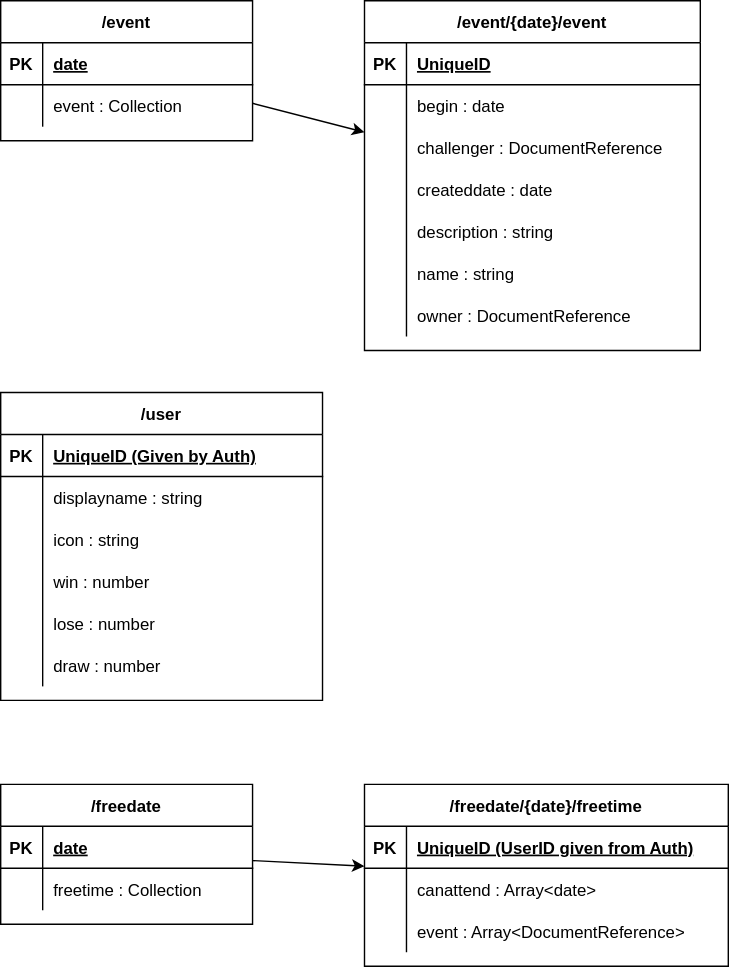
Earlier version of the draw.io export firestore/structure.svg (ApoApon/ApoApon). Source tidied: cells renumbered, new cells last; positions are measured from the earlier drawing's top-left corner, leaving out a move shared by most shapes.
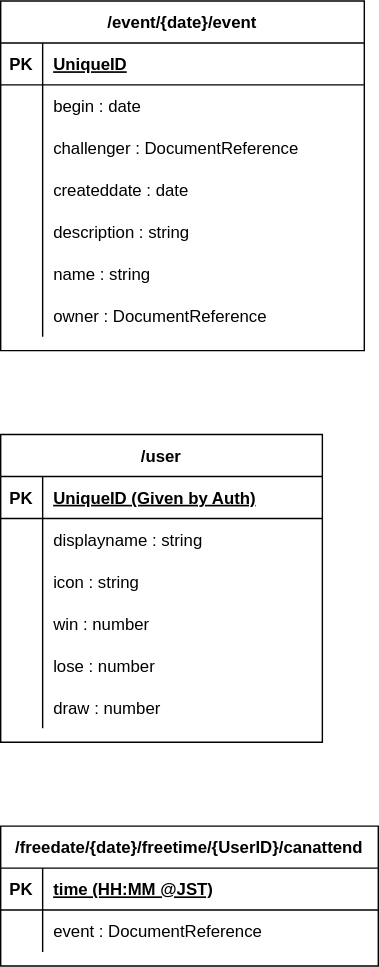
Later version of the same file.

Diff of the diagram source:
```diff
@@ -2,95 +2,71 @@
   <root>
     <mxCell id="0" />
     <mxCell id="1" parent="0" />
-    <mxCell id="2" style="edgeStyle=none;html=1;" parent="1" edge="1" source="3" target="10">
-      <mxGeometry relative="1" as="geometry" />
-    </mxCell>
-    <mxCell id="3" value="/event" style="shape=table;startSize=30;rowLines=0;fontStyle=1;align=center;" parent="1" vertex="1">
-      <mxGeometry width="180" height="100" as="geometry" />
-    </mxCell>
-    <mxCell id="4" style="shape=partialRectangle;fillColor=none;top=0;left=0;bottom=1;right=0;" parent="3" vertex="1">
-      <mxGeometry y="30" width="180" height="30" as="geometry" />
-    </mxCell>
-    <mxCell id="5" value="PK" style="shape=partialRectangle;fillColor=none;top=0;left=0;bottom=0;right=0;fontStyle=1;overflow=hidden;" parent="4" vertex="1">
-      <mxGeometry width="30" height="30" as="geometry" />
-    </mxCell>
-    <mxCell id="6" value="date" style="shape=partialRectangle;fillColor=none;top=0;left=0;bottom=0;right=0;align=left;spacingLeft=6;fontStyle=5;overflow=hidden;" parent="4" vertex="1">
-      <mxGeometry x="30" width="150" height="30" as="geometry" />
-    </mxCell>
-    <mxCell id="7" style="shape=partialRectangle;fillColor=none;top=0;left=0;bottom=0;right=0;" parent="3" vertex="1">
-      <mxGeometry y="60" width="180" height="30" as="geometry" />
-    </mxCell>
-    <mxCell id="8" style="shape=partialRectangle;fillColor=none;top=0;left=0;bottom=0;right=0;overflow=hidden;" parent="7" vertex="1">
-      <mxGeometry width="30" height="30" as="geometry" />
-    </mxCell>
-    <mxCell id="9" value="event : Collection" style="shape=partialRectangle;fillColor=none;top=0;left=0;bottom=0;right=0;align=left;spacingLeft=6;overflow=hidden;" parent="7" vertex="1">
-      <mxGeometry x="30" width="150" height="30" as="geometry" />
-    </mxCell>
     <mxCell id="10" value="/event/{date}/event" style="shape=table;startSize=30;rowLines=0;fontStyle=1;align=center;" parent="1" vertex="1">
-      <mxGeometry x="260" width="240" height="250" as="geometry" />
+      <mxGeometry y="-30" width="260" height="250" as="geometry" />
     </mxCell>
     <mxCell id="11" style="shape=partialRectangle;fillColor=none;top=0;left=0;bottom=1;right=0;" parent="10" vertex="1">
-      <mxGeometry y="30" width="240" height="30" as="geometry" />
+      <mxGeometry y="30" width="260" height="30" as="geometry" />
     </mxCell>
     <mxCell id="12" value="PK" style="shape=partialRectangle;fillColor=none;top=0;left=0;bottom=0;right=0;fontStyle=1;overflow=hidden;" parent="11" vertex="1">
       <mxGeometry width="30" height="30" as="geometry" />
     </mxCell>
     <mxCell id="13" value="UniqueID" style="shape=partialRectangle;fillColor=none;top=0;left=0;bottom=0;right=0;align=left;spacingLeft=6;fontStyle=5;overflow=hidden;" parent="11" vertex="1">
-      <mxGeometry x="30" width="210" height="30" as="geometry" />
+      <mxGeometry x="30" width="230" height="30" as="geometry" />
     </mxCell>
     <mxCell id="14" style="shape=partialRectangle;fillColor=none;top=0;left=0;bottom=0;right=0;" parent="10" vertex="1">
-      <mxGeometry y="60" width="240" height="30" as="geometry" />
+      <mxGeometry y="60" width="260" height="30" as="geometry" />
     </mxCell>
     <mxCell id="15" style="shape=partialRectangle;fillColor=none;top=0;left=0;bottom=0;right=0;overflow=hidden;" parent="14" vertex="1">
       <mxGeometry width="30" height="30" as="geometry" />
     </mxCell>
     <mxCell id="16" value="begin : date" style="shape=partialRectangle;fillColor=none;top=0;left=0;bottom=0;right=0;align=left;spacingLeft=6;overflow=hidden;" parent="14" vertex="1">
-      <mxGeometry x="30" width="210" height="30" as="geometry" />
+      <mxGeometry x="30" width="230" height="30" as="geometry" />
     </mxCell>
     <mxCell id="17" style="shape=partialRectangle;fillColor=none;top=0;left=0;bottom=0;right=0;" parent="10" vertex="1">
-      <mxGeometry y="90" width="240" height="30" as="geometry" />
+      <mxGeometry y="90" width="260" height="30" as="geometry" />
     </mxCell>
     <mxCell id="18" style="shape=partialRectangle;fillColor=none;top=0;left=0;bottom=0;right=0;overflow=hidden;" parent="17" vertex="1">
       <mxGeometry width="30" height="30" as="geometry" />
     </mxCell>
     <mxCell id="19" value="challenger : DocumentReference" style="shape=partialRectangle;fillColor=none;top=0;left=0;bottom=0;right=0;align=left;spacingLeft=6;overflow=hidden;" parent="17" vertex="1">
-      <mxGeometry x="30" width="210" height="30" as="geometry" />
+      <mxGeometry x="30" width="230" height="30" as="geometry" />
     </mxCell>
     <mxCell id="20" style="shape=partialRectangle;fillColor=none;top=0;left=0;bottom=0;right=0;" parent="10" vertex="1">
-      <mxGeometry y="120" width="240" height="30" as="geometry" />
+      <mxGeometry y="120" width="260" height="30" as="geometry" />
     </mxCell>
     <mxCell id="21" style="shape=partialRectangle;fillColor=none;top=0;left=0;bottom=0;right=0;overflow=hidden;" parent="20" vertex="1">
       <mxGeometry width="30" height="30" as="geometry" />
     </mxCell>
     <mxCell id="22" value="createddate : date" style="shape=partialRectangle;fillColor=none;top=0;left=0;bottom=0;right=0;align=left;spacingLeft=6;overflow=hidden;" parent="20" vertex="1">
-      <mxGeometry x="30" width="210" height="30" as="geometry" />
+      <mxGeometry x="30" width="230" height="30" as="geometry" />
     </mxCell>
     <mxCell id="23" style="shape=partialRectangle;fillColor=none;top=0;left=0;bottom=0;right=0;" parent="10" vertex="1">
-      <mxGeometry y="150" width="240" height="30" as="geometry" />
+      <mxGeometry y="150" width="260" height="30" as="geometry" />
     </mxCell>
     <mxCell id="24" style="shape=partialRectangle;fillColor=none;top=0;left=0;bottom=0;right=0;overflow=hidden;" parent="23" vertex="1">
       <mxGeometry width="30" height="30" as="geometry" />
     </mxCell>
     <mxCell id="25" value="description : string" style="shape=partialRectangle;fillColor=none;top=0;left=0;bottom=0;right=0;align=left;spacingLeft=6;overflow=hidden;" parent="23" vertex="1">
-      <mxGeometry x="30" width="210" height="30" as="geometry" />
+      <mxGeometry x="30" width="230" height="30" as="geometry" />
     </mxCell>
     <mxCell id="26" style="shape=partialRectangle;fillColor=none;top=0;left=0;bottom=0;right=0;" parent="10" vertex="1">
-      <mxGeometry y="180" width="240" height="30" as="geometry" />
+      <mxGeometry y="180" width="260" height="30" as="geometry" />
     </mxCell>
     <mxCell id="27" style="shape=partialRectangle;fillColor=none;top=0;left=0;bottom=0;right=0;overflow=hidden;" parent="26" vertex="1">
       <mxGeometry width="30" height="30" as="geometry" />
     </mxCell>
     <mxCell id="28" value="name : string" style="shape=partialRectangle;fillColor=none;top=0;left=0;bottom=0;right=0;align=left;spacingLeft=6;overflow=hidden;" parent="26" vertex="1">
-      <mxGeometry x="30" width="210" height="30" as="geometry" />
+      <mxGeometry x="30" width="230" height="30" as="geometry" />
     </mxCell>
     <mxCell id="29" style="shape=partialRectangle;fillColor=none;top=0;left=0;bottom=0;right=0;" parent="10" vertex="1">
-      <mxGeometry y="210" width="240" height="30" as="geometry" />
+      <mxGeometry y="210" width="260" height="30" as="geometry" />
     </mxCell>
     <mxCell id="30" style="shape=partialRectangle;fillColor=none;top=0;left=0;bottom=0;right=0;overflow=hidden;" parent="29" vertex="1">
       <mxGeometry width="30" height="30" as="geometry" />
     </mxCell>
     <mxCell id="31" value="owner : DocumentReference" style="shape=partialRectangle;fillColor=none;top=0;left=0;bottom=0;right=0;align=left;spacingLeft=6;overflow=hidden;" parent="29" vertex="1">
-      <mxGeometry x="30" width="210" height="30" as="geometry" />
+      <mxGeometry x="30" width="230" height="30" as="geometry" />
     </mxCell>
     <mxCell id="32" value="/user" style="shape=table;startSize=30;rowLines=0;fontStyle=1;align=center;" parent="1" vertex="1">
       <mxGeometry y="280" width="230" height="220" as="geometry" />
@@ -149,59 +125,26 @@
     <mxCell id="50" value="draw : number" style="shape=partialRectangle;fillColor=none;top=0;left=0;bottom=0;right=0;align=left;spacingLeft=6;overflow=hidden;" parent="48" vertex="1">
       <mxGeometry x="30" width="200" height="30" as="geometry" />
     </mxCell>
-    <mxCell id="51" style="edgeStyle=none;html=1;" parent="1" edge="1" source="52" target="59">
-      <mxGeometry relative="1" as="geometry" />
-    </mxCell>
-    <mxCell id="52" value="/freedate" style="shape=table;startSize=30;rowLines=0;fontStyle=1;align=center;" parent="1" vertex="1">
-      <mxGeometry y="560" width="180" height="100" as="geometry" />
+    <mxCell id="52" value="/freedate/{date}/freetime/{UserID}/canattend" style="shape=table;startSize=30;rowLines=0;fontStyle=1;align=center;" parent="1" vertex="1">
+      <mxGeometry y="560" width="270" height="100" as="geometry" />
     </mxCell>
     <mxCell id="53" style="shape=partialRectangle;fillColor=none;top=0;left=0;bottom=1;right=0;" parent="52" vertex="1">
-      <mxGeometry y="30" width="180" height="30" as="geometry" />
+      <mxGeometry y="30" width="270" height="30" as="geometry" />
     </mxCell>
     <mxCell id="54" value="PK" style="shape=partialRectangle;fillColor=none;top=0;left=0;bottom=0;right=0;fontStyle=1;overflow=hidden;" parent="53" vertex="1">
       <mxGeometry width="30" height="30" as="geometry" />
     </mxCell>
-    <mxCell id="55" value="date" style="shape=partialRectangle;fillColor=none;top=0;left=0;bottom=0;right=0;align=left;spacingLeft=6;fontStyle=5;overflow=hidden;" parent="53" vertex="1">
-      <mxGeometry x="30" width="150" height="30" as="geometry" />
+    <mxCell id="55" value="time (HH:MM @JST)" style="shape=partialRectangle;fillColor=none;top=0;left=0;bottom=0;right=0;align=left;spacingLeft=6;fontStyle=5;overflow=hidden;" parent="53" vertex="1">
+      <mxGeometry x="30" width="240" height="30" as="geometry" />
     </mxCell>
     <mxCell id="56" style="shape=partialRectangle;fillColor=none;top=0;left=0;bottom=0;right=0;" parent="52" vertex="1">
-      <mxGeometry y="60" width="180" height="30" as="geometry" />
+      <mxGeometry y="60" width="270" height="30" as="geometry" />
     </mxCell>
     <mxCell id="57" style="shape=partialRectangle;fillColor=none;top=0;left=0;bottom=0;right=0;overflow=hidden;" parent="56" vertex="1">
       <mxGeometry width="30" height="30" as="geometry" />
     </mxCell>
-    <mxCell id="58" value="freetime : Collection" style="shape=partialRectangle;fillColor=none;top=0;left=0;bottom=0;right=0;align=left;spacingLeft=6;overflow=hidden;" parent="56" vertex="1">
-      <mxGeometry x="30" width="150" height="30" as="geometry" />
+    <mxCell id="58" value="event : DocumentReference" style="shape=partialRectangle;fillColor=none;top=0;left=0;bottom=0;right=0;align=left;spacingLeft=6;overflow=hidden;" parent="56" vertex="1">
+      <mxGeometry x="30" width="240" height="30" as="geometry" />
     </mxCell>
-    <mxCell id="59" value="/freedate/{date}/freetime" style="shape=table;startSize=30;rowLines=0;fontStyle=1;align=center;" parent="1" vertex="1">
-      <mxGeometry x="260" y="560" width="260" height="130" as="geometry" />
-    </mxCell>
-    <mxCell id="60" style="shape=partialRectangle;fillColor=none;top=0;left=0;bottom=1;right=0;" parent="59" vertex="1">
-      <mxGeometry y="30" width="260" height="30" as="geometry" />
-    </mxCell>
-    <mxCell id="61" value="PK" style="shape=partialRectangle;fillColor=none;top=0;left=0;bottom=0;right=0;fontStyle=1;overflow=hidden;" parent="60" vertex="1">
-      <mxGeometry width="30" height="30" as="geometry" />
-    </mxCell>
-    <mxCell id="62" value="UniqueID (UserID given from Auth)" style="shape=partialRectangle;fillColor=none;top=0;left=0;bottom=0;right=0;align=left;spacingLeft=6;fontStyle=5;overflow=hidden;" parent="60" vertex="1">
-      <mxGeometry x="30" width="230" height="30" as="geometry" />
-    </mxCell>
-    <mxCell id="63" style="shape=partialRectangle;fillColor=none;top=0;left=0;bottom=0;right=0;" parent="59" vertex="1">
-      <mxGeometry y="60" width="260" height="30" as="geometry" />
-    </mxCell>
-    <mxCell id="64" style="shape=partialRectangle;fillColor=none;top=0;left=0;bottom=0;right=0;overflow=hidden;" parent="63" vertex="1">
-      <mxGeometry width="30" height="30" as="geometry" />
-    </mxCell>
-    <mxCell id="65" value="canattend : Array&lt;date&gt;" style="shape=partialRectangle;fillColor=none;top=0;left=0;bottom=0;right=0;align=left;spacingLeft=6;overflow=hidden;" parent="63" vertex="1">
-      <mxGeometry x="30" width="230" height="30" as="geometry" />
-    </mxCell>
-    <mxCell id="66" style="shape=partialRectangle;fillColor=none;top=0;left=0;bottom=0;right=0;" parent="59" vertex="1">
-      <mxGeometry y="90" width="260" height="30" as="geometry" />
-    </mxCell>
-    <mxCell id="67" style="shape=partialRectangle;fillColor=none;top=0;left=0;bottom=0;right=0;overflow=hidden;" parent="66" vertex="1">
-      <mxGeometry width="30" height="30" as="geometry" />
-    </mxCell>
-    <mxCell id="68" value="event : Array&lt;DocumentReference&gt;" style="shape=partialRectangle;fillColor=none;top=0;left=0;bottom=0;right=0;align=left;spacingLeft=6;overflow=hidden;" parent="66" vertex="1">
-      <mxGeometry x="30" width="230" height="30" as="geometry" />
-    </mxCell>
   </root>
 </mxGraphModel>
```
